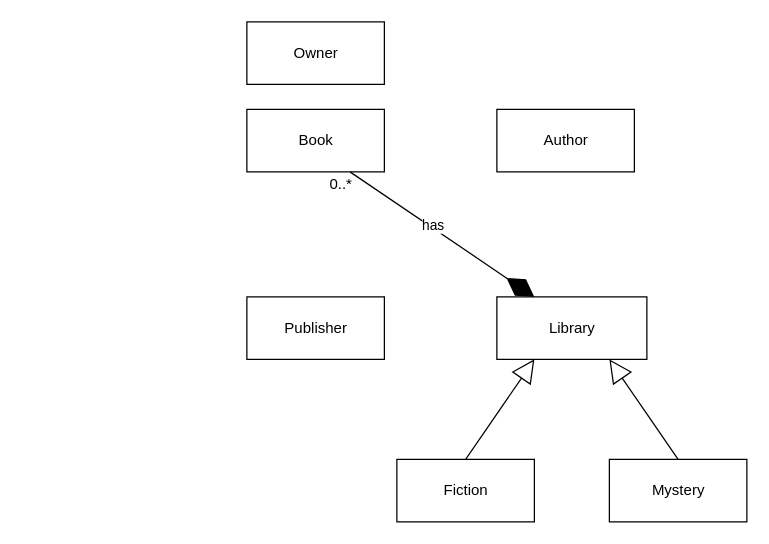
Above: Question3.drawio in natasha-amiera/Week2ClassDiagram (draw.io), before the change. Source tidied: cells renumbered, new cells numbered last; positions are measured from the earlier drawing's top-left corner, leaving out a move shared by most shapes. Both pictures are drawn from the tidied source at 125%, with x=0, y=0 at pixel (246, 21).
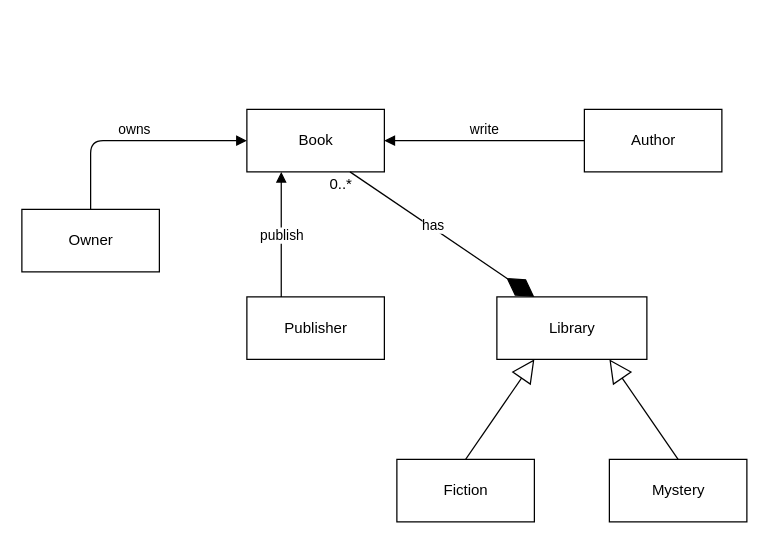
The same diagram, later.

The edit, as a diff of the source:
```diff
@@
 <mxGraphModel>
   <root>
     <mxCell id="0" />
     <mxCell id="1" parent="0" />
     <mxCell id="2" value="Book" style="html=1;" parent="1" vertex="1">
       <mxGeometry y="70" width="110" height="50" as="geometry" />
     </mxCell>
     <mxCell id="3" value="Owner" style="html=1;" parent="1" vertex="1">
-      <mxGeometry width="110" height="50" as="geometry" />
+      <mxGeometry x="-180" y="150" width="110" height="50" as="geometry" />
     </mxCell>
     <mxCell id="4" value="Author" style="html=1;" parent="1" vertex="1">
-      <mxGeometry x="200" y="70" width="110" height="50" as="geometry" />
+      <mxGeometry x="270" y="70" width="110" height="50" as="geometry" />
     </mxCell>
     <mxCell id="5" value="Publisher" style="html=1;" parent="1" vertex="1">
       <mxGeometry y="220" width="110" height="50" as="geometry" />
     </mxCell>
     <mxCell id="6" value="Library" style="html=1;" parent="1" vertex="1">
       <mxGeometry x="200" y="220" width="120" height="50" as="geometry" />
     </mxCell>
     <mxCell id="7" value="Mystery" style="html=1;" parent="1" vertex="1">
       <mxGeometry x="290" y="350" width="110" height="50" as="geometry" />
     </mxCell>
     <mxCell id="8" value="Fiction" style="html=1;" parent="1" vertex="1">
       <mxGeometry x="120" y="350" width="110" height="50" as="geometry" />
     </mxCell>
     <mxCell id="9" style="endArrow=block;endSize=16;endFill=0;html=1;entryX=0.75;entryY=1;entryDx=0;entryDy=0;exitX=0.5;exitY=0;exitDx=0;exitDy=0;" parent="1" edge="1" source="7" target="6">
       <mxGeometry relative="1" as="geometry" />
     </mxCell>
     <mxCell id="10" style="endArrow=block;endSize=16;endFill=0;html=1;entryX=0.25;entryY=1;entryDx=0;entryDy=0;exitX=0.5;exitY=0;exitDx=0;exitDy=0;" parent="1" edge="1" source="8" target="6">
       <mxGeometry relative="1" as="geometry" />
     </mxCell>
     <mxCell id="11" style="endArrow=diamondThin;endFill=1;endSize=24;html=1;exitX=0.75;exitY=1;exitDx=0;exitDy=0;entryX=0.25;entryY=0;entryDx=0;entryDy=0;" parent="1" edge="1" source="2" target="6">
       <mxGeometry relative="1" as="geometry" />
     </mxCell>
     <mxCell id="12" value="has" style="edgeLabel;html=1;align=center;verticalAlign=middle;" parent="11" vertex="1">
       <mxGeometry x="-0.13" y="2" relative="1" as="geometry" />
     </mxCell>
     <mxCell id="13" value="0..*" style="text;html=1;align=center;verticalAlign=middle;" parent="1" vertex="1">
       <mxGeometry x="60" y="120" width="30" height="20" as="geometry" />
     </mxCell>
+    <mxCell id="14" value="write" style="html=1;verticalAlign=bottom;endArrow=block;exitX=0;exitY=0.5;exitDx=0;exitDy=0;entryX=1;entryY=0.5;entryDx=0;entryDy=0;" parent="1" edge="1" source="4" target="2">
+      <mxGeometry relative="1" as="geometry" />
+    </mxCell>
+    <mxCell id="15" value="publish" style="html=1;verticalAlign=bottom;endArrow=block;entryX=0.25;entryY=1;entryDx=0;entryDy=0;exitX=0.25;exitY=0;exitDx=0;exitDy=0;" parent="1" edge="1" source="5" target="2">
+      <mxGeometry x="-0.2" relative="1" as="geometry" />
+    </mxCell>
+    <mxCell id="16" value="owns" style="html=1;verticalAlign=bottom;endArrow=block;exitX=0.5;exitY=0;exitDx=0;exitDy=0;entryX=0;entryY=0.5;entryDx=0;entryDy=0;" parent="1" edge="1" source="3" target="2">
+      <mxGeometry relative="1" as="geometry">
+        <Array as="points">
+          <mxPoint x="-125" y="95" />
+        </Array>
+      </mxGeometry>
+    </mxCell>
   </root>
 </mxGraphModel>
```
